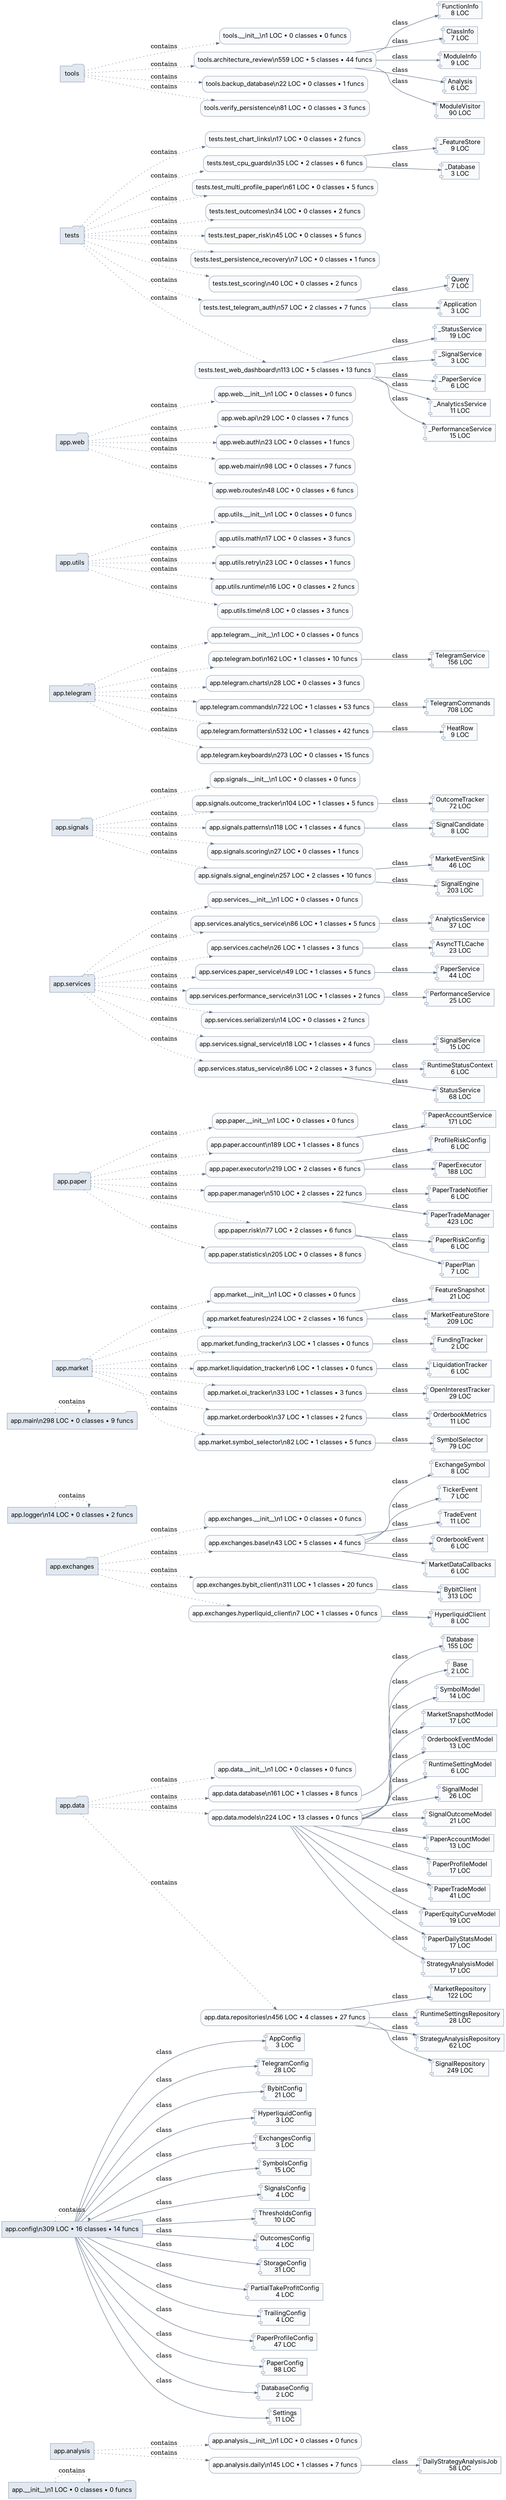
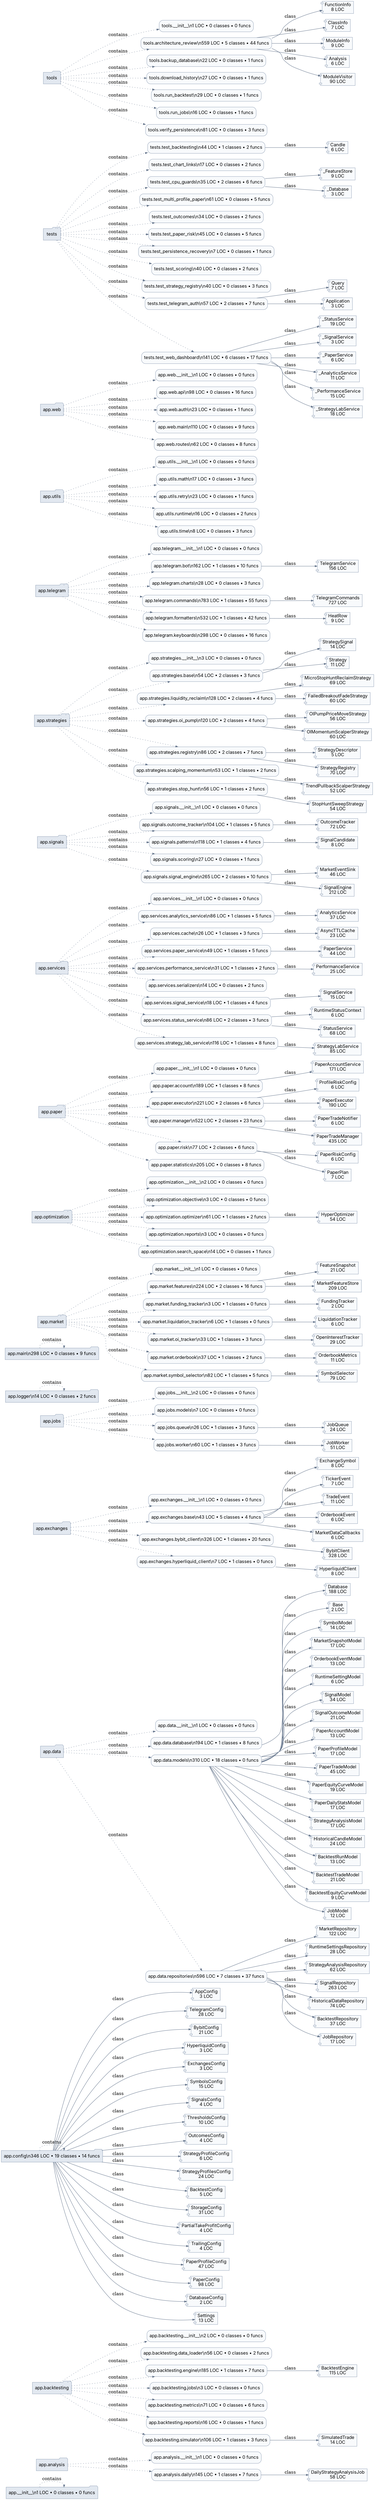
digraph architecture {
  graph [rankdir=LR, bgcolor="white", splines=true];
  node [shape=box, style="rounded,filled", fillcolor="#f8fafc", color="#94a3b8", fontname="Inter"];
  edge [color="#64748b", arrowsize=0.7];
  "app.__init__" [shape=folder, fillcolor="#e2e8f0"];
  "app.analysis" [shape=folder, fillcolor="#e2e8f0"];
+   "app.backtesting" [shape=folder, fillcolor="#e2e8f0"];
  "app.config" [shape=folder, fillcolor="#e2e8f0"];
  "app.data" [shape=folder, fillcolor="#e2e8f0"];
  "app.exchanges" [shape=folder, fillcolor="#e2e8f0"];
+   "app.jobs" [shape=folder, fillcolor="#e2e8f0"];
  "app.logger" [shape=folder, fillcolor="#e2e8f0"];
  "app.main" [shape=folder, fillcolor="#e2e8f0"];
  "app.market" [shape=folder, fillcolor="#e2e8f0"];
+   "app.optimization" [shape=folder, fillcolor="#e2e8f0"];
  "app.paper" [shape=folder, fillcolor="#e2e8f0"];
  "app.services" [shape=folder, fillcolor="#e2e8f0"];
  "app.signals" [shape=folder, fillcolor="#e2e8f0"];
+   "app.strategies" [shape=folder, fillcolor="#e2e8f0"];
  "app.telegram" [shape=folder, fillcolor="#e2e8f0"];
  "app.utils" [shape=folder, fillcolor="#e2e8f0"];
  "app.web" [shape=folder, fillcolor="#e2e8f0"];
  "tests" [shape=folder, fillcolor="#e2e8f0"];
  "tools" [shape=folder, fillcolor="#e2e8f0"];
  "app.__init__" [label="app.__init__\\n1 LOC • 0 classes • 0 funcs"];
  "app.__init__" -> "app.__init__" [style=dotted, label="contains"];
  "app.analysis.__init__" [label="app.analysis.__init__\\n1 LOC • 0 classes • 0 funcs"];
  "app.analysis" -> "app.analysis.__init__" [style=dotted, label="contains"];
  "app.analysis.daily" [label="app.analysis.daily\\n145 LOC • 1 classes • 7 funcs"];
  "app.analysis" -> "app.analysis.daily" [style=dotted, label="contains"];
  "app.analysis.daily.DailyStrategyAnalysisJob" [shape=component, label="DailyStrategyAnalysisJob\n58 LOC"];
  "app.analysis.daily" -> "app.analysis.daily.DailyStrategyAnalysisJob" [label="class"];
-   "app.config" [label="app.config\\n309 LOC • 16 classes • 14 funcs"];
+   "app.backtesting.__init__" [label="app.backtesting.__init__\\n2 LOC • 0 classes • 0 funcs"];
+   "app.backtesting" -> "app.backtesting.__init__" [style=dotted, label="contains"];
+   "app.backtesting.data_loader" [label="app.backtesting.data_loader\\n56 LOC • 0 classes • 2 funcs"];
+   "app.backtesting" -> "app.backtesting.data_loader" [style=dotted, label="contains"];
+   "app.backtesting.engine" [label="app.backtesting.engine\\n185 LOC • 1 classes • 7 funcs"];
+   "app.backtesting" -> "app.backtesting.engine" [style=dotted, label="contains"];
+   "app.backtesting.engine.BacktestEngine" [shape=component, label="BacktestEngine\n115 LOC"];
+   "app.backtesting.engine" -> "app.backtesting.engine.BacktestEngine" [label="class"];
+   "app.backtesting.jobs" [label="app.backtesting.jobs\\n3 LOC • 0 classes • 0 funcs"];
+   "app.backtesting" -> "app.backtesting.jobs" [style=dotted, label="contains"];
+   "app.backtesting.metrics" [label="app.backtesting.metrics\\n71 LOC • 0 classes • 6 funcs"];
+   "app.backtesting" -> "app.backtesting.metrics" [style=dotted, label="contains"];
+   "app.backtesting.reports" [label="app.backtesting.reports\\n16 LOC • 0 classes • 1 funcs"];
+   "app.backtesting" -> "app.backtesting.reports" [style=dotted, label="contains"];
+   "app.backtesting.simulator" [label="app.backtesting.simulator\\n106 LOC • 1 classes • 3 funcs"];
+   "app.backtesting" -> "app.backtesting.simulator" [style=dotted, label="contains"];
+   "app.backtesting.simulator.SimulatedTrade" [shape=component, label="SimulatedTrade\n14 LOC"];
+   "app.backtesting.simulator" -> "app.backtesting.simulator.SimulatedTrade" [label="class"];
+   "app.config" [label="app.config\\n346 LOC • 19 classes • 14 funcs"];
  "app.config" -> "app.config" [style=dotted, label="contains"];
  "app.config.AppConfig" [shape=component, label="AppConfig\n3 LOC"];
  "app.config" -> "app.config.AppConfig" [label="class"];
  "app.config.TelegramConfig" [shape=component, label="TelegramConfig\n28 LOC"];
  "app.config" -> "app.config.TelegramConfig" [label="class"];
  "app.config.BybitConfig" [shape=component, label="BybitConfig\n21 LOC"];
  "app.config" -> "app.config.BybitConfig" [label="class"];
  "app.config.HyperliquidConfig" [shape=component, label="HyperliquidConfig\n3 LOC"];
  "app.config" -> "app.config.HyperliquidConfig" [label="class"];
  "app.config.ExchangesConfig" [shape=component, label="ExchangesConfig\n3 LOC"];
  "app.config" -> "app.config.ExchangesConfig" [label="class"];
  "app.config.SymbolsConfig" [shape=component, label="SymbolsConfig\n15 LOC"];
  "app.config" -> "app.config.SymbolsConfig" [label="class"];
  "app.config.SignalsConfig" [shape=component, label="SignalsConfig\n4 LOC"];
  "app.config" -> "app.config.SignalsConfig" [label="class"];
  "app.config.ThresholdsConfig" [shape=component, label="ThresholdsConfig\n10 LOC"];
  "app.config" -> "app.config.ThresholdsConfig" [label="class"];
  "app.config.OutcomesConfig" [shape=component, label="OutcomesConfig\n4 LOC"];
  "app.config" -> "app.config.OutcomesConfig" [label="class"];
+   "app.config.StrategyProfileConfig" [shape=component, label="StrategyProfileConfig\n6 LOC"];
+   "app.config" -> "app.config.StrategyProfileConfig" [label="class"];
+   "app.config.StrategyProfilesConfig" [shape=component, label="StrategyProfilesConfig\n24 LOC"];
+   "app.config" -> "app.config.StrategyProfilesConfig" [label="class"];
+   "app.config.BacktestConfig" [shape=component, label="BacktestConfig\n5 LOC"];
+   "app.config" -> "app.config.BacktestConfig" [label="class"];
  "app.config.StorageConfig" [shape=component, label="StorageConfig\n31 LOC"];
  "app.config" -> "app.config.StorageConfig" [label="class"];
  "app.config.PartialTakeProfitConfig" [shape=component, label="PartialTakeProfitConfig\n4 LOC"];
  "app.config" -> "app.config.PartialTakeProfitConfig" [label="class"];
  "app.config.TrailingConfig" [shape=component, label="TrailingConfig\n4 LOC"];
  "app.config" -> "app.config.TrailingConfig" [label="class"];
  "app.config.PaperProfileConfig" [shape=component, label="PaperProfileConfig\n47 LOC"];
  "app.config" -> "app.config.PaperProfileConfig" [label="class"];
  "app.config.PaperConfig" [shape=component, label="PaperConfig\n98 LOC"];
  "app.config" -> "app.config.PaperConfig" [label="class"];
  "app.config.DatabaseConfig" [shape=component, label="DatabaseConfig\n2 LOC"];
  "app.config" -> "app.config.DatabaseConfig" [label="class"];
-   "app.config.Settings" [shape=component, label="Settings\n11 LOC"];
+   "app.config.Settings" [shape=component, label="Settings\n13 LOC"];
  "app.config" -> "app.config.Settings" [label="class"];
  "app.data.__init__" [label="app.data.__init__\\n1 LOC • 0 classes • 0 funcs"];
  "app.data" -> "app.data.__init__" [style=dotted, label="contains"];
-   "app.data.database" [label="app.data.database\\n161 LOC • 1 classes • 8 funcs"];
+   "app.data.database" [label="app.data.database\\n194 LOC • 1 classes • 8 funcs"];
  "app.data" -> "app.data.database" [style=dotted, label="contains"];
-   "app.data.database.Database" [shape=component, label="Database\n155 LOC"];
+   "app.data.database.Database" [shape=component, label="Database\n188 LOC"];
  "app.data.database" -> "app.data.database.Database" [label="class"];
-   "app.data.models" [label="app.data.models\\n224 LOC • 13 classes • 0 funcs"];
+   "app.data.models" [label="app.data.models\\n310 LOC • 18 classes • 0 funcs"];
  "app.data" -> "app.data.models" [style=dotted, label="contains"];
  "app.data.models.Base" [shape=component, label="Base\n2 LOC"];
  "app.data.models" -> "app.data.models.Base" [label="class"];
  "app.data.models.SymbolModel" [shape=component, label="SymbolModel\n14 LOC"];
  "app.data.models" -> "app.data.models.SymbolModel" [label="class"];
  "app.data.models.MarketSnapshotModel" [shape=component, label="MarketSnapshotModel\n17 LOC"];
  "app.data.models" -> "app.data.models.MarketSnapshotModel" [label="class"];
  "app.data.models.OrderbookEventModel" [shape=component, label="OrderbookEventModel\n13 LOC"];
  "app.data.models" -> "app.data.models.OrderbookEventModel" [label="class"];
  "app.data.models.RuntimeSettingModel" [shape=component, label="RuntimeSettingModel\n6 LOC"];
  "app.data.models" -> "app.data.models.RuntimeSettingModel" [label="class"];
-   "app.data.models.SignalModel" [shape=component, label="SignalModel\n26 LOC"];
+   "app.data.models.SignalModel" [shape=component, label="SignalModel\n34 LOC"];
  "app.data.models" -> "app.data.models.SignalModel" [label="class"];
  "app.data.models.SignalOutcomeModel" [shape=component, label="SignalOutcomeModel\n21 LOC"];
  "app.data.models" -> "app.data.models.SignalOutcomeModel" [label="class"];
  "app.data.models.PaperAccountModel" [shape=component, label="PaperAccountModel\n13 LOC"];
  "app.data.models" -> "app.data.models.PaperAccountModel" [label="class"];
  "app.data.models.PaperProfileModel" [shape=component, label="PaperProfileModel\n17 LOC"];
  "app.data.models" -> "app.data.models.PaperProfileModel" [label="class"];
-   "app.data.models.PaperTradeModel" [shape=component, label="PaperTradeModel\n41 LOC"];
+   "app.data.models.PaperTradeModel" [shape=component, label="PaperTradeModel\n45 LOC"];
  "app.data.models" -> "app.data.models.PaperTradeModel" [label="class"];
  "app.data.models.PaperEquityCurveModel" [shape=component, label="PaperEquityCurveModel\n19 LOC"];
  "app.data.models" -> "app.data.models.PaperEquityCurveModel" [label="class"];
  "app.data.models.PaperDailyStatsModel" [shape=component, label="PaperDailyStatsModel\n17 LOC"];
  "app.data.models" -> "app.data.models.PaperDailyStatsModel" [label="class"];
  "app.data.models.StrategyAnalysisModel" [shape=component, label="StrategyAnalysisModel\n17 LOC"];
  "app.data.models" -> "app.data.models.StrategyAnalysisModel" [label="class"];
-   "app.data.repositories" [label="app.data.repositories\\n456 LOC • 4 classes • 27 funcs"];
+   "app.data.models.HistoricalCandleModel" [shape=component, label="HistoricalCandleModel\n24 LOC"];
+   "app.data.models" -> "app.data.models.HistoricalCandleModel" [label="class"];
+   "app.data.models.BacktestRunModel" [shape=component, label="BacktestRunModel\n13 LOC"];
+   "app.data.models" -> "app.data.models.BacktestRunModel" [label="class"];
+   "app.data.models.BacktestTradeModel" [shape=component, label="BacktestTradeModel\n21 LOC"];
+   "app.data.models" -> "app.data.models.BacktestTradeModel" [label="class"];
+   "app.data.models.BacktestEquityCurveModel" [shape=component, label="BacktestEquityCurveModel\n9 LOC"];
+   "app.data.models" -> "app.data.models.BacktestEquityCurveModel" [label="class"];
+   "app.data.models.JobModel" [shape=component, label="JobModel\n12 LOC"];
+   "app.data.models" -> "app.data.models.JobModel" [label="class"];
+   "app.data.repositories" [label="app.data.repositories\\n596 LOC • 7 classes • 37 funcs"];
  "app.data" -> "app.data.repositories" [style=dotted, label="contains"];
  "app.data.repositories.MarketRepository" [shape=component, label="MarketRepository\n122 LOC"];
  "app.data.repositories" -> "app.data.repositories.MarketRepository" [label="class"];
  "app.data.repositories.RuntimeSettingsRepository" [shape=component, label="RuntimeSettingsRepository\n28 LOC"];
  "app.data.repositories" -> "app.data.repositories.RuntimeSettingsRepository" [label="class"];
  "app.data.repositories.StrategyAnalysisRepository" [shape=component, label="StrategyAnalysisRepository\n62 LOC"];
  "app.data.repositories" -> "app.data.repositories.StrategyAnalysisRepository" [label="class"];
-   "app.data.repositories.SignalRepository" [shape=component, label="SignalRepository\n249 LOC"];
+   "app.data.repositories.SignalRepository" [shape=component, label="SignalRepository\n263 LOC"];
  "app.data.repositories" -> "app.data.repositories.SignalRepository" [label="class"];
+   "app.data.repositories.HistoricalDataRepository" [shape=component, label="HistoricalDataRepository\n74 LOC"];
+   "app.data.repositories" -> "app.data.repositories.HistoricalDataRepository" [label="class"];
+   "app.data.repositories.BacktestRepository" [shape=component, label="BacktestRepository\n37 LOC"];
+   "app.data.repositories" -> "app.data.repositories.BacktestRepository" [label="class"];
+   "app.data.repositories.JobRepository" [shape=component, label="JobRepository\n17 LOC"];
+   "app.data.repositories" -> "app.data.repositories.JobRepository" [label="class"];
  "app.exchanges.__init__" [label="app.exchanges.__init__\\n1 LOC • 0 classes • 0 funcs"];
  "app.exchanges" -> "app.exchanges.__init__" [style=dotted, label="contains"];
  "app.exchanges.base" [label="app.exchanges.base\\n43 LOC • 5 classes • 4 funcs"];
  "app.exchanges" -> "app.exchanges.base" [style=dotted, label="contains"];
  "app.exchanges.base.ExchangeSymbol" [shape=component, label="ExchangeSymbol\n8 LOC"];
  "app.exchanges.base" -> "app.exchanges.base.ExchangeSymbol" [label="class"];
  "app.exchanges.base.TickerEvent" [shape=component, label="TickerEvent\n7 LOC"];
  "app.exchanges.base" -> "app.exchanges.base.TickerEvent" [label="class"];
  "app.exchanges.base.TradeEvent" [shape=component, label="TradeEvent\n11 LOC"];
  "app.exchanges.base" -> "app.exchanges.base.TradeEvent" [label="class"];
  "app.exchanges.base.OrderbookEvent" [shape=component, label="OrderbookEvent\n6 LOC"];
  "app.exchanges.base" -> "app.exchanges.base.OrderbookEvent" [label="class"];
  "app.exchanges.base.MarketDataCallbacks" [shape=component, label="MarketDataCallbacks\n6 LOC"];
  "app.exchanges.base" -> "app.exchanges.base.MarketDataCallbacks" [label="class"];
-   "app.exchanges.bybit_client" [label="app.exchanges.bybit_client\\n311 LOC • 1 classes • 20 funcs"];
+   "app.exchanges.bybit_client" [label="app.exchanges.bybit_client\\n326 LOC • 1 classes • 20 funcs"];
  "app.exchanges" -> "app.exchanges.bybit_client" [style=dotted, label="contains"];
-   "app.exchanges.bybit_client.BybitClient" [shape=component, label="BybitClient\n313 LOC"];
+   "app.exchanges.bybit_client.BybitClient" [shape=component, label="BybitClient\n328 LOC"];
  "app.exchanges.bybit_client" -> "app.exchanges.bybit_client.BybitClient" [label="class"];
  "app.exchanges.hyperliquid_client" [label="app.exchanges.hyperliquid_client\\n7 LOC • 1 classes • 0 funcs"];
  "app.exchanges" -> "app.exchanges.hyperliquid_client" [style=dotted, label="contains"];
  "app.exchanges.hyperliquid_client.HyperliquidClient" [shape=component, label="HyperliquidClient\n8 LOC"];
  "app.exchanges.hyperliquid_client" -> "app.exchanges.hyperliquid_client.HyperliquidClient" [label="class"];
+   "app.jobs.__init__" [label="app.jobs.__init__\\n2 LOC • 0 classes • 0 funcs"];
+   "app.jobs" -> "app.jobs.__init__" [style=dotted, label="contains"];
+   "app.jobs.models" [label="app.jobs.models\\n7 LOC • 0 classes • 0 funcs"];
+   "app.jobs" -> "app.jobs.models" [style=dotted, label="contains"];
+   "app.jobs.queue" [label="app.jobs.queue\\n26 LOC • 1 classes • 3 funcs"];
+   "app.jobs" -> "app.jobs.queue" [style=dotted, label="contains"];
+   "app.jobs.queue.JobQueue" [shape=component, label="JobQueue\n24 LOC"];
+   "app.jobs.queue" -> "app.jobs.queue.JobQueue" [label="class"];
+   "app.jobs.worker" [label="app.jobs.worker\\n60 LOC • 1 classes • 3 funcs"];
+   "app.jobs" -> "app.jobs.worker" [style=dotted, label="contains"];
+   "app.jobs.worker.JobWorker" [shape=component, label="JobWorker\n51 LOC"];
+   "app.jobs.worker" -> "app.jobs.worker.JobWorker" [label="class"];
  "app.logger" [label="app.logger\\n14 LOC • 0 classes • 2 funcs"];
  "app.logger" -> "app.logger" [style=dotted, label="contains"];
  "app.main" [label="app.main\\n298 LOC • 0 classes • 9 funcs"];
  "app.main" -> "app.main" [style=dotted, label="contains"];
  "app.market.__init__" [label="app.market.__init__\\n1 LOC • 0 classes • 0 funcs"];
  "app.market" -> "app.market.__init__" [style=dotted, label="contains"];
  "app.market.features" [label="app.market.features\\n224 LOC • 2 classes • 16 funcs"];
  "app.market" -> "app.market.features" [style=dotted, label="contains"];
  "app.market.features.FeatureSnapshot" [shape=component, label="FeatureSnapshot\n21 LOC"];
  "app.market.features" -> "app.market.features.FeatureSnapshot" [label="class"];
  "app.market.features.MarketFeatureStore" [shape=component, label="MarketFeatureStore\n209 LOC"];
  "app.market.features" -> "app.market.features.MarketFeatureStore" [label="class"];
  "app.market.funding_tracker" [label="app.market.funding_tracker\\n3 LOC • 1 classes • 0 funcs"];
  "app.market" -> "app.market.funding_tracker" [style=dotted, label="contains"];
  "app.market.funding_tracker.FundingTracker" [shape=component, label="FundingTracker\n2 LOC"];
  "app.market.funding_tracker" -> "app.market.funding_tracker.FundingTracker" [label="class"];
  "app.market.liquidation_tracker" [label="app.market.liquidation_tracker\\n6 LOC • 1 classes • 0 funcs"];
  "app.market" -> "app.market.liquidation_tracker" [style=dotted, label="contains"];
  "app.market.liquidation_tracker.LiquidationTracker" [shape=component, label="LiquidationTracker\n6 LOC"];
  "app.market.liquidation_tracker" -> "app.market.liquidation_tracker.LiquidationTracker" [label="class"];
  "app.market.oi_tracker" [label="app.market.oi_tracker\\n33 LOC • 1 classes • 3 funcs"];
  "app.market" -> "app.market.oi_tracker" [style=dotted, label="contains"];
  "app.market.oi_tracker.OpenInterestTracker" [shape=component, label="OpenInterestTracker\n29 LOC"];
  "app.market.oi_tracker" -> "app.market.oi_tracker.OpenInterestTracker" [label="class"];
  "app.market.orderbook" [label="app.market.orderbook\\n37 LOC • 1 classes • 2 funcs"];
  "app.market" -> "app.market.orderbook" [style=dotted, label="contains"];
  "app.market.orderbook.OrderbookMetrics" [shape=component, label="OrderbookMetrics\n11 LOC"];
  "app.market.orderbook" -> "app.market.orderbook.OrderbookMetrics" [label="class"];
  "app.market.symbol_selector" [label="app.market.symbol_selector\\n82 LOC • 1 classes • 5 funcs"];
  "app.market" -> "app.market.symbol_selector" [style=dotted, label="contains"];
  "app.market.symbol_selector.SymbolSelector" [shape=component, label="SymbolSelector\n79 LOC"];
  "app.market.symbol_selector" -> "app.market.symbol_selector.SymbolSelector" [label="class"];
+   "app.optimization.__init__" [label="app.optimization.__init__\\n2 LOC • 0 classes • 0 funcs"];
+   "app.optimization" -> "app.optimization.__init__" [style=dotted, label="contains"];
+   "app.optimization.objective" [label="app.optimization.objective\\n3 LOC • 0 classes • 0 funcs"];
+   "app.optimization" -> "app.optimization.objective" [style=dotted, label="contains"];
+   "app.optimization.optimizer" [label="app.optimization.optimizer\\n61 LOC • 1 classes • 2 funcs"];
+   "app.optimization" -> "app.optimization.optimizer" [style=dotted, label="contains"];
+   "app.optimization.optimizer.HyperOptimizer" [shape=component, label="HyperOptimizer\n54 LOC"];
+   "app.optimization.optimizer" -> "app.optimization.optimizer.HyperOptimizer" [label="class"];
+   "app.optimization.reports" [label="app.optimization.reports\\n3 LOC • 0 classes • 0 funcs"];
+   "app.optimization" -> "app.optimization.reports" [style=dotted, label="contains"];
+   "app.optimization.search_space" [label="app.optimization.search_space\\n14 LOC • 0 classes • 1 funcs"];
+   "app.optimization" -> "app.optimization.search_space" [style=dotted, label="contains"];
  "app.paper.__init__" [label="app.paper.__init__\\n1 LOC • 0 classes • 0 funcs"];
  "app.paper" -> "app.paper.__init__" [style=dotted, label="contains"];
  "app.paper.account" [label="app.paper.account\\n189 LOC • 1 classes • 8 funcs"];
  "app.paper" -> "app.paper.account" [style=dotted, label="contains"];
  "app.paper.account.PaperAccountService" [shape=component, label="PaperAccountService\n171 LOC"];
  "app.paper.account" -> "app.paper.account.PaperAccountService" [label="class"];
-   "app.paper.executor" [label="app.paper.executor\\n219 LOC • 2 classes • 6 funcs"];
+   "app.paper.executor" [label="app.paper.executor\\n221 LOC • 2 classes • 6 funcs"];
  "app.paper" -> "app.paper.executor" [style=dotted, label="contains"];
  "app.paper.executor.ProfileRiskConfig" [shape=component, label="ProfileRiskConfig\n6 LOC"];
  "app.paper.executor" -> "app.paper.executor.ProfileRiskConfig" [label="class"];
-   "app.paper.executor.PaperExecutor" [shape=component, label="PaperExecutor\n188 LOC"];
+   "app.paper.executor.PaperExecutor" [shape=component, label="PaperExecutor\n190 LOC"];
  "app.paper.executor" -> "app.paper.executor.PaperExecutor" [label="class"];
-   "app.paper.manager" [label="app.paper.manager\\n510 LOC • 2 classes • 22 funcs"];
+   "app.paper.manager" [label="app.paper.manager\\n522 LOC • 2 classes • 23 funcs"];
  "app.paper" -> "app.paper.manager" [style=dotted, label="contains"];
  "app.paper.manager.PaperTradeNotifier" [shape=component, label="PaperTradeNotifier\n6 LOC"];
  "app.paper.manager" -> "app.paper.manager.PaperTradeNotifier" [label="class"];
-   "app.paper.manager.PaperTradeManager" [shape=component, label="PaperTradeManager\n423 LOC"];
+   "app.paper.manager.PaperTradeManager" [shape=component, label="PaperTradeManager\n435 LOC"];
  "app.paper.manager" -> "app.paper.manager.PaperTradeManager" [label="class"];
  "app.paper.risk" [label="app.paper.risk\\n77 LOC • 2 classes • 6 funcs"];
  "app.paper" -> "app.paper.risk" [style=dotted, label="contains"];
  "app.paper.risk.PaperRiskConfig" [shape=component, label="PaperRiskConfig\n6 LOC"];
  "app.paper.risk" -> "app.paper.risk.PaperRiskConfig" [label="class"];
  "app.paper.risk.PaperPlan" [shape=component, label="PaperPlan\n7 LOC"];
  "app.paper.risk" -> "app.paper.risk.PaperPlan" [label="class"];
  "app.paper.statistics" [label="app.paper.statistics\\n205 LOC • 0 classes • 8 funcs"];
  "app.paper" -> "app.paper.statistics" [style=dotted, label="contains"];
  "app.services.__init__" [label="app.services.__init__\\n1 LOC • 0 classes • 0 funcs"];
  "app.services" -> "app.services.__init__" [style=dotted, label="contains"];
  "app.services.analytics_service" [label="app.services.analytics_service\\n86 LOC • 1 classes • 5 funcs"];
  "app.services" -> "app.services.analytics_service" [style=dotted, label="contains"];
  "app.services.analytics_service.AnalyticsService" [shape=component, label="AnalyticsService\n37 LOC"];
  "app.services.analytics_service" -> "app.services.analytics_service.AnalyticsService" [label="class"];
  "app.services.cache" [label="app.services.cache\\n26 LOC • 1 classes • 3 funcs"];
  "app.services" -> "app.services.cache" [style=dotted, label="contains"];
  "app.services.cache.AsyncTTLCache" [shape=component, label="AsyncTTLCache\n23 LOC"];
  "app.services.cache" -> "app.services.cache.AsyncTTLCache" [label="class"];
  "app.services.paper_service" [label="app.services.paper_service\\n49 LOC • 1 classes • 5 funcs"];
  "app.services" -> "app.services.paper_service" [style=dotted, label="contains"];
  "app.services.paper_service.PaperService" [shape=component, label="PaperService\n44 LOC"];
  "app.services.paper_service" -> "app.services.paper_service.PaperService" [label="class"];
  "app.services.performance_service" [label="app.services.performance_service\\n31 LOC • 1 classes • 2 funcs"];
  "app.services" -> "app.services.performance_service" [style=dotted, label="contains"];
  "app.services.performance_service.PerformanceService" [shape=component, label="PerformanceService\n25 LOC"];
  "app.services.performance_service" -> "app.services.performance_service.PerformanceService" [label="class"];
  "app.services.serializers" [label="app.services.serializers\\n14 LOC • 0 classes • 2 funcs"];
  "app.services" -> "app.services.serializers" [style=dotted, label="contains"];
  "app.services.signal_service" [label="app.services.signal_service\\n18 LOC • 1 classes • 4 funcs"];
  "app.services" -> "app.services.signal_service" [style=dotted, label="contains"];
  "app.services.signal_service.SignalService" [shape=component, label="SignalService\n15 LOC"];
  "app.services.signal_service" -> "app.services.signal_service.SignalService" [label="class"];
  "app.services.status_service" [label="app.services.status_service\\n86 LOC • 2 classes • 3 funcs"];
  "app.services" -> "app.services.status_service" [style=dotted, label="contains"];
  "app.services.status_service.RuntimeStatusContext" [shape=component, label="RuntimeStatusContext\n6 LOC"];
  "app.services.status_service" -> "app.services.status_service.RuntimeStatusContext" [label="class"];
  "app.services.status_service.StatusService" [shape=component, label="StatusService\n68 LOC"];
  "app.services.status_service" -> "app.services.status_service.StatusService" [label="class"];
+   "app.services.strategy_lab_service" [label="app.services.strategy_lab_service\\n116 LOC • 1 classes • 8 funcs"];
+   "app.services" -> "app.services.strategy_lab_service" [style=dotted, label="contains"];
+   "app.services.strategy_lab_service.StrategyLabService" [shape=component, label="StrategyLabService\n85 LOC"];
+   "app.services.strategy_lab_service" -> "app.services.strategy_lab_service.StrategyLabService" [label="class"];
  "app.signals.__init__" [label="app.signals.__init__\\n1 LOC • 0 classes • 0 funcs"];
  "app.signals" -> "app.signals.__init__" [style=dotted, label="contains"];
  "app.signals.outcome_tracker" [label="app.signals.outcome_tracker\\n104 LOC • 1 classes • 5 funcs"];
  "app.signals" -> "app.signals.outcome_tracker" [style=dotted, label="contains"];
  "app.signals.outcome_tracker.OutcomeTracker" [shape=component, label="OutcomeTracker\n72 LOC"];
  "app.signals.outcome_tracker" -> "app.signals.outcome_tracker.OutcomeTracker" [label="class"];
  "app.signals.patterns" [label="app.signals.patterns\\n118 LOC • 1 classes • 4 funcs"];
  "app.signals" -> "app.signals.patterns" [style=dotted, label="contains"];
  "app.signals.patterns.SignalCandidate" [shape=component, label="SignalCandidate\n8 LOC"];
  "app.signals.patterns" -> "app.signals.patterns.SignalCandidate" [label="class"];
  "app.signals.scoring" [label="app.signals.scoring\\n27 LOC • 0 classes • 1 funcs"];
  "app.signals" -> "app.signals.scoring" [style=dotted, label="contains"];
-   "app.signals.signal_engine" [label="app.signals.signal_engine\\n257 LOC • 2 classes • 10 funcs"];
+   "app.signals.signal_engine" [label="app.signals.signal_engine\\n265 LOC • 2 classes • 10 funcs"];
  "app.signals" -> "app.signals.signal_engine" [style=dotted, label="contains"];
  "app.signals.signal_engine.MarketEventSink" [shape=component, label="MarketEventSink\n46 LOC"];
  "app.signals.signal_engine" -> "app.signals.signal_engine.MarketEventSink" [label="class"];
-   "app.signals.signal_engine.SignalEngine" [shape=component, label="SignalEngine\n203 LOC"];
+   "app.signals.signal_engine.SignalEngine" [shape=component, label="SignalEngine\n212 LOC"];
  "app.signals.signal_engine" -> "app.signals.signal_engine.SignalEngine" [label="class"];
+   "app.strategies.__init__" [label="app.strategies.__init__\\n3 LOC • 0 classes • 0 funcs"];
+   "app.strategies" -> "app.strategies.__init__" [style=dotted, label="contains"];
+   "app.strategies.base" [label="app.strategies.base\\n54 LOC • 2 classes • 3 funcs"];
+   "app.strategies" -> "app.strategies.base" [style=dotted, label="contains"];
+   "app.strategies.base.StrategySignal" [shape=component, label="StrategySignal\n14 LOC"];
+   "app.strategies.base" -> "app.strategies.base.StrategySignal" [label="class"];
+   "app.strategies.base.Strategy" [shape=component, label="Strategy\n11 LOC"];
+   "app.strategies.base" -> "app.strategies.base.Strategy" [label="class"];
+   "app.strategies.liquidity_reclaim" [label="app.strategies.liquidity_reclaim\\n128 LOC • 2 classes • 4 funcs"];
+   "app.strategies" -> "app.strategies.liquidity_reclaim" [style=dotted, label="contains"];
+   "app.strategies.liquidity_reclaim.MicroStopHuntReclaimStrategy" [shape=component, label="MicroStopHuntReclaimStrategy\n69 LOC"];
+   "app.strategies.liquidity_reclaim" -> "app.strategies.liquidity_reclaim.MicroStopHuntReclaimStrategy" [label="class"];
+   "app.strategies.liquidity_reclaim.FailedBreakoutFadeStrategy" [shape=component, label="FailedBreakoutFadeStrategy\n60 LOC"];
+   "app.strategies.liquidity_reclaim" -> "app.strategies.liquidity_reclaim.FailedBreakoutFadeStrategy" [label="class"];
+   "app.strategies.oi_pump" [label="app.strategies.oi_pump\\n120 LOC • 2 classes • 4 funcs"];
+   "app.strategies" -> "app.strategies.oi_pump" [style=dotted, label="contains"];
+   "app.strategies.oi_pump.OIPumpPriceMoveStrategy" [shape=component, label="OIPumpPriceMoveStrategy\n56 LOC"];
+   "app.strategies.oi_pump" -> "app.strategies.oi_pump.OIPumpPriceMoveStrategy" [label="class"];
+   "app.strategies.oi_pump.OIMomentumScalperStrategy" [shape=component, label="OIMomentumScalperStrategy\n60 LOC"];
+   "app.strategies.oi_pump" -> "app.strategies.oi_pump.OIMomentumScalperStrategy" [label="class"];
+   "app.strategies.registry" [label="app.strategies.registry\\n86 LOC • 2 classes • 7 funcs"];
+   "app.strategies" -> "app.strategies.registry" [style=dotted, label="contains"];
+   "app.strategies.registry.StrategyDescriptor" [shape=component, label="StrategyDescriptor\n5 LOC"];
+   "app.strategies.registry" -> "app.strategies.registry.StrategyDescriptor" [label="class"];
+   "app.strategies.registry.StrategyRegistry" [shape=component, label="StrategyRegistry\n70 LOC"];
+   "app.strategies.registry" -> "app.strategies.registry.StrategyRegistry" [label="class"];
+   "app.strategies.scalping_momentum" [label="app.strategies.scalping_momentum\\n53 LOC • 1 classes • 2 funcs"];
+   "app.strategies" -> "app.strategies.scalping_momentum" [style=dotted, label="contains"];
+   "app.strategies.scalping_momentum.TrendPullbackScalperStrategy" [shape=component, label="TrendPullbackScalperStrategy\n52 LOC"];
+   "app.strategies.scalping_momentum" -> "app.strategies.scalping_momentum.TrendPullbackScalperStrategy" [label="class"];
+   "app.strategies.stop_hunt" [label="app.strategies.stop_hunt\\n56 LOC • 1 classes • 2 funcs"];
+   "app.strategies" -> "app.strategies.stop_hunt" [style=dotted, label="contains"];
+   "app.strategies.stop_hunt.StopHuntSweepStrategy" [shape=component, label="StopHuntSweepStrategy\n54 LOC"];
+   "app.strategies.stop_hunt" -> "app.strategies.stop_hunt.StopHuntSweepStrategy" [label="class"];
  "app.telegram.__init__" [label="app.telegram.__init__\\n1 LOC • 0 classes • 0 funcs"];
  "app.telegram" -> "app.telegram.__init__" [style=dotted, label="contains"];
  "app.telegram.bot" [label="app.telegram.bot\\n162 LOC • 1 classes • 10 funcs"];
  "app.telegram" -> "app.telegram.bot" [style=dotted, label="contains"];
  "app.telegram.bot.TelegramService" [shape=component, label="TelegramService\n156 LOC"];
  "app.telegram.bot" -> "app.telegram.bot.TelegramService" [label="class"];
  "app.telegram.charts" [label="app.telegram.charts\\n28 LOC • 0 classes • 3 funcs"];
  "app.telegram" -> "app.telegram.charts" [style=dotted, label="contains"];
-   "app.telegram.commands" [label="app.telegram.commands\\n722 LOC • 1 classes • 53 funcs"];
+   "app.telegram.commands" [label="app.telegram.commands\\n783 LOC • 1 classes • 55 funcs"];
  "app.telegram" -> "app.telegram.commands" [style=dotted, label="contains"];
-   "app.telegram.commands.TelegramCommands" [shape=component, label="TelegramCommands\n708 LOC"];
+   "app.telegram.commands.TelegramCommands" [shape=component, label="TelegramCommands\n727 LOC"];
  "app.telegram.commands" -> "app.telegram.commands.TelegramCommands" [label="class"];
  "app.telegram.formatters" [label="app.telegram.formatters\\n532 LOC • 1 classes • 42 funcs"];
  "app.telegram" -> "app.telegram.formatters" [style=dotted, label="contains"];
  "app.telegram.formatters.HeatRow" [shape=component, label="HeatRow\n9 LOC"];
  "app.telegram.formatters" -> "app.telegram.formatters.HeatRow" [label="class"];
-   "app.telegram.keyboards" [label="app.telegram.keyboards\\n273 LOC • 0 classes • 15 funcs"];
+   "app.telegram.keyboards" [label="app.telegram.keyboards\\n298 LOC • 0 classes • 16 funcs"];
  "app.telegram" -> "app.telegram.keyboards" [style=dotted, label="contains"];
  "app.utils.__init__" [label="app.utils.__init__\\n1 LOC • 0 classes • 0 funcs"];
  "app.utils" -> "app.utils.__init__" [style=dotted, label="contains"];
  "app.utils.math" [label="app.utils.math\\n17 LOC • 0 classes • 3 funcs"];
  "app.utils" -> "app.utils.math" [style=dotted, label="contains"];
  "app.utils.retry" [label="app.utils.retry\\n23 LOC • 0 classes • 1 funcs"];
  "app.utils" -> "app.utils.retry" [style=dotted, label="contains"];
  "app.utils.runtime" [label="app.utils.runtime\\n16 LOC • 0 classes • 2 funcs"];
  "app.utils" -> "app.utils.runtime" [style=dotted, label="contains"];
  "app.utils.time" [label="app.utils.time\\n8 LOC • 0 classes • 3 funcs"];
  "app.utils" -> "app.utils.time" [style=dotted, label="contains"];
  "app.web.__init__" [label="app.web.__init__\\n1 LOC • 0 classes • 0 funcs"];
  "app.web" -> "app.web.__init__" [style=dotted, label="contains"];
-   "app.web.api" [label="app.web.api\\n29 LOC • 0 classes • 7 funcs"];
+   "app.web.api" [label="app.web.api\\n98 LOC • 0 classes • 16 funcs"];
  "app.web" -> "app.web.api" [style=dotted, label="contains"];
  "app.web.auth" [label="app.web.auth\\n23 LOC • 0 classes • 1 funcs"];
  "app.web" -> "app.web.auth" [style=dotted, label="contains"];
-   "app.web.main" [label="app.web.main\\n98 LOC • 0 classes • 7 funcs"];
+   "app.web.main" [label="app.web.main\\n110 LOC • 0 classes • 9 funcs"];
  "app.web" -> "app.web.main" [style=dotted, label="contains"];
-   "app.web.routes" [label="app.web.routes\\n48 LOC • 0 classes • 6 funcs"];
+   "app.web.routes" [label="app.web.routes\\n62 LOC • 0 classes • 8 funcs"];
  "app.web" -> "app.web.routes" [style=dotted, label="contains"];
+   "tests.test_backtesting" [label="tests.test_backtesting\\n44 LOC • 1 classes • 2 funcs"];
+   "tests" -> "tests.test_backtesting" [style=dotted, label="contains"];
+   "tests.test_backtesting.Candle" [shape=component, label="Candle\n6 LOC"];
+   "tests.test_backtesting" -> "tests.test_backtesting.Candle" [label="class"];
  "tests.test_chart_links" [label="tests.test_chart_links\\n17 LOC • 0 classes • 2 funcs"];
  "tests" -> "tests.test_chart_links" [style=dotted, label="contains"];
  "tests.test_cpu_guards" [label="tests.test_cpu_guards\\n35 LOC • 2 classes • 6 funcs"];
  "tests" -> "tests.test_cpu_guards" [style=dotted, label="contains"];
  "tests.test_cpu_guards._FeatureStore" [shape=component, label="_FeatureStore\n9 LOC"];
  "tests.test_cpu_guards" -> "tests.test_cpu_guards._FeatureStore" [label="class"];
  "tests.test_cpu_guards.test_paper_price_update_skips_database_without_open_symbol._Database" [shape=component, label="_Database\n3 LOC"];
  "tests.test_cpu_guards" -> "tests.test_cpu_guards.test_paper_price_update_skips_database_without_open_symbol._Database" [label="class"];
  "tests.test_multi_profile_paper" [label="tests.test_multi_profile_paper\\n61 LOC • 0 classes • 5 funcs"];
  "tests" -> "tests.test_multi_profile_paper" [style=dotted, label="contains"];
  "tests.test_outcomes" [label="tests.test_outcomes\\n34 LOC • 0 classes • 2 funcs"];
  "tests" -> "tests.test_outcomes" [style=dotted, label="contains"];
  "tests.test_paper_risk" [label="tests.test_paper_risk\\n45 LOC • 0 classes • 5 funcs"];
  "tests" -> "tests.test_paper_risk" [style=dotted, label="contains"];
  "tests.test_persistence_recovery" [label="tests.test_persistence_recovery\\n7 LOC • 0 classes • 1 funcs"];
  "tests" -> "tests.test_persistence_recovery" [style=dotted, label="contains"];
  "tests.test_scoring" [label="tests.test_scoring\\n40 LOC • 0 classes • 2 funcs"];
  "tests" -> "tests.test_scoring" [style=dotted, label="contains"];
+   "tests.test_strategy_registry" [label="tests.test_strategy_registry\\n40 LOC • 0 classes • 3 funcs"];
+   "tests" -> "tests.test_strategy_registry" [style=dotted, label="contains"];
  "tests.test_telegram_auth" [label="tests.test_telegram_auth\\n57 LOC • 2 classes • 7 funcs"];
  "tests" -> "tests.test_telegram_auth" [style=dotted, label="contains"];
  "tests.test_telegram_auth.test_callback_answers_before_background_processing.Query" [shape=component, label="Query\n7 LOC"];
  "tests.test_telegram_auth" -> "tests.test_telegram_auth.test_callback_answers_before_background_processing.Query" [label="class"];
  "tests.test_telegram_auth.test_callback_answers_before_background_processing.Application" [shape=component, label="Application\n3 LOC"];
  "tests.test_telegram_auth" -> "tests.test_telegram_auth.test_callback_answers_before_background_processing.Application" [label="class"];
-   "tests.test_web_dashboard" [label="tests.test_web_dashboard\\n113 LOC • 5 classes • 13 funcs"];
+   "tests.test_web_dashboard" [label="tests.test_web_dashboard\\n141 LOC • 6 classes • 17 funcs"];
  "tests" -> "tests.test_web_dashboard" [style=dotted, label="contains"];
  "tests.test_web_dashboard._StatusService" [shape=component, label="_StatusService\n19 LOC"];
  "tests.test_web_dashboard" -> "tests.test_web_dashboard._StatusService" [label="class"];
  "tests.test_web_dashboard._SignalService" [shape=component, label="_SignalService\n3 LOC"];
  "tests.test_web_dashboard" -> "tests.test_web_dashboard._SignalService" [label="class"];
  "tests.test_web_dashboard._PaperService" [shape=component, label="_PaperService\n6 LOC"];
  "tests.test_web_dashboard" -> "tests.test_web_dashboard._PaperService" [label="class"];
  "tests.test_web_dashboard._AnalyticsService" [shape=component, label="_AnalyticsService\n11 LOC"];
  "tests.test_web_dashboard" -> "tests.test_web_dashboard._AnalyticsService" [label="class"];
  "tests.test_web_dashboard._PerformanceService" [shape=component, label="_PerformanceService\n15 LOC"];
  "tests.test_web_dashboard" -> "tests.test_web_dashboard._PerformanceService" [label="class"];
+   "tests.test_web_dashboard._StrategyLabService" [shape=component, label="_StrategyLabService\n18 LOC"];
+   "tests.test_web_dashboard" -> "tests.test_web_dashboard._StrategyLabService" [label="class"];
  "tools.__init__" [label="tools.__init__\\n1 LOC • 0 classes • 0 funcs"];
  "tools" -> "tools.__init__" [style=dotted, label="contains"];
  "tools.architecture_review" [label="tools.architecture_review\\n559 LOC • 5 classes • 44 funcs"];
  "tools" -> "tools.architecture_review" [style=dotted, label="contains"];
  "tools.architecture_review.FunctionInfo" [shape=component, label="FunctionInfo\n8 LOC"];
  "tools.architecture_review" -> "tools.architecture_review.FunctionInfo" [label="class"];
  "tools.architecture_review.ClassInfo" [shape=component, label="ClassInfo\n7 LOC"];
  "tools.architecture_review" -> "tools.architecture_review.ClassInfo" [label="class"];
  "tools.architecture_review.ModuleInfo" [shape=component, label="ModuleInfo\n9 LOC"];
  "tools.architecture_review" -> "tools.architecture_review.ModuleInfo" [label="class"];
  "tools.architecture_review.Analysis" [shape=component, label="Analysis\n6 LOC"];
  "tools.architecture_review" -> "tools.architecture_review.Analysis" [label="class"];
  "tools.architecture_review.ModuleVisitor" [shape=component, label="ModuleVisitor\n90 LOC"];
  "tools.architecture_review" -> "tools.architecture_review.ModuleVisitor" [label="class"];
  "tools.backup_database" [label="tools.backup_database\\n22 LOC • 0 classes • 1 funcs"];
  "tools" -> "tools.backup_database" [style=dotted, label="contains"];
+   "tools.download_history" [label="tools.download_history\\n27 LOC • 0 classes • 1 funcs"];
+   "tools" -> "tools.download_history" [style=dotted, label="contains"];
+   "tools.run_backtest" [label="tools.run_backtest\\n29 LOC • 0 classes • 1 funcs"];
+   "tools" -> "tools.run_backtest" [style=dotted, label="contains"];
+   "tools.run_jobs" [label="tools.run_jobs\\n16 LOC • 0 classes • 1 funcs"];
+   "tools" -> "tools.run_jobs" [style=dotted, label="contains"];
  "tools.verify_persistence" [label="tools.verify_persistence\\n81 LOC • 0 classes • 3 funcs"];
  "tools" -> "tools.verify_persistence" [style=dotted, label="contains"];
}
